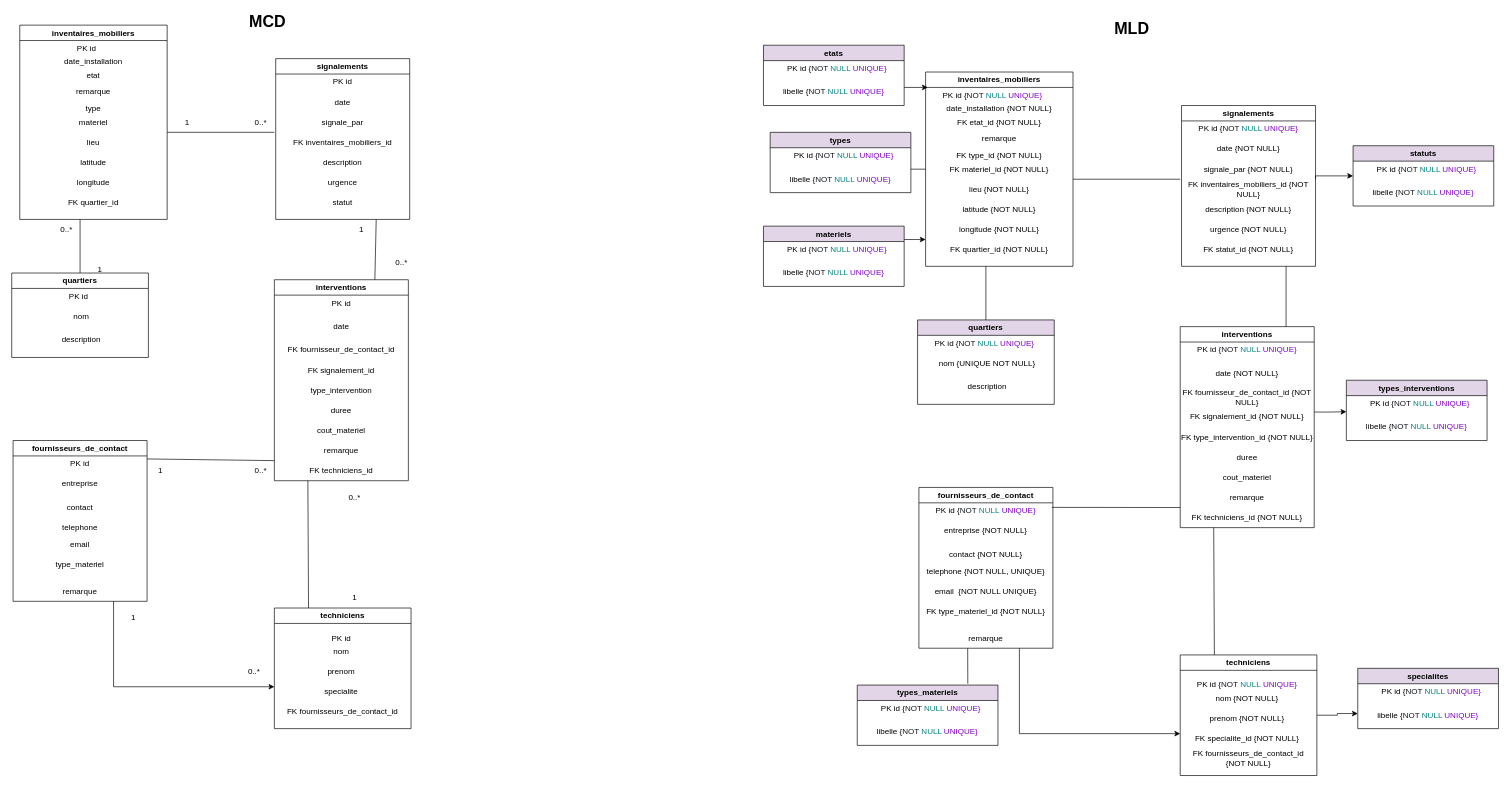
The draw.io diagram MCD.drawio in justinestalder-svg/Analyse-des-d-lais-de-traitement-par-quartier, before the edit. Source tidied: cells renumbered, new cells numbered last; positions are measured from the earlier drawing's top-left corner, leaving out a move shared by most shapes. Both pictures are drawn from the tidied source at 67%, with x=0, y=0 at pixel (11, 11).
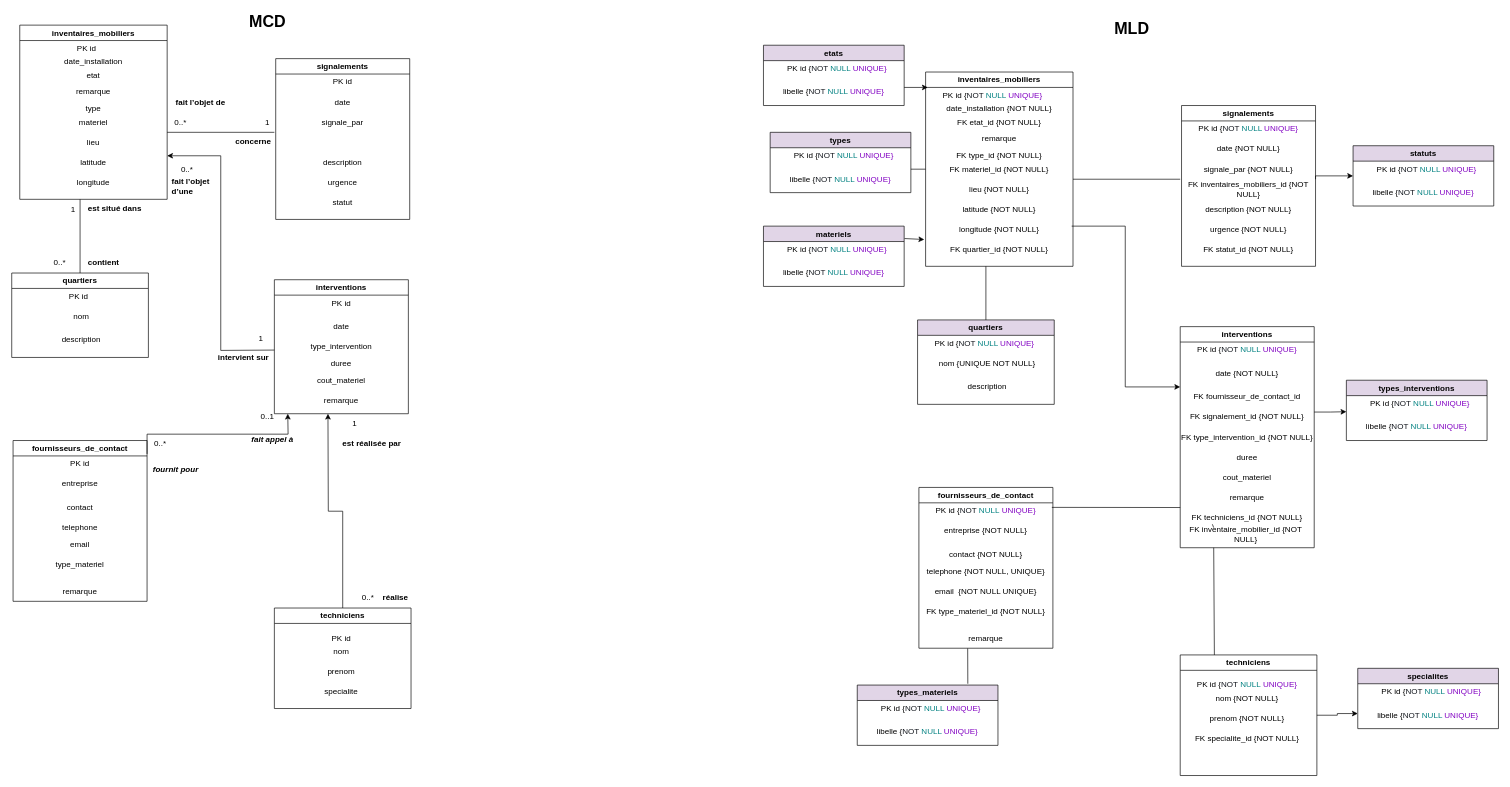
After the change.

Commit message (it also covers changes not shown here):
Mettre à jour MCD.drawio

Unchanged cells that the change refers to:
```xml
<mxCell id="2" value="fournisseurs_de_contact" style="swimlane;whiteSpace=wrap;html=1;" parent="1" vertex="1">
  <mxGeometry x="2" y="640" width="200" height="240" as="geometry" />
</mxCell>
<mxCell id="3" value="PK id" style="text;html=1;whiteSpace=wrap;strokeColor=none;fillColor=none;align=center;verticalAlign=middle;rounded=0;" parent="2" vertex="1">
  <mxGeometry y="20" width="200" height="30" as="geometry" />
</mxCell>
<mxCell id="8" value="remarque" style="text;html=1;whiteSpace=wrap;strokeColor=none;fillColor=none;align=center;verticalAlign=middle;rounded=0;" parent="2" vertex="1">
  <mxGeometry y="210" width="200" height="30" as="geometry" />
</mxCell>
<mxCell id="31" value="signalements" style="swimlane;whiteSpace=wrap;html=1;" parent="1" vertex="1">
  <mxGeometry x="394" y="70" width="200" height="240" as="geometry" />
</mxCell>
<mxCell id="55" value="specialite" style="text;html=1;whiteSpace=wrap;strokeColor=none;fillColor=none;align=center;verticalAlign=middle;rounded=0;" parent="51" vertex="1">
  <mxGeometry y="110" width="200" height="30" as="geometry" />
</mxCell>
<mxCell id="75" value="remarque" style="text;html=1;whiteSpace=wrap;strokeColor=none;fillColor=none;align=center;verticalAlign=middle;rounded=0;" parent="69" vertex="1">
  <mxGeometry y="210" width="200" height="30" as="geometry" />
</mxCell>
<mxCell id="86" value="FK techniciens_id {NOT NULL}" style="text;html=1;whiteSpace=wrap;strokeColor=none;fillColor=none;align=center;verticalAlign=middle;rounded=0;" parent="77" vertex="1">
  <mxGeometry y="270" width="200" height="30" as="geometry" />
</mxCell>
<mxCell id="114" value="techniciens" style="swimlane;whiteSpace=wrap;html=1;startSize=23;" parent="1" vertex="1">
  <mxGeometry x="1744" y="960" width="204" height="180" as="geometry" />
</mxCell>
<mxCell id="118" value="FK specialite_id {NOT NULL}" style="text;html=1;whiteSpace=wrap;strokeColor=none;fillColor=none;align=center;verticalAlign=middle;rounded=0;" parent="114" vertex="1">
  <mxGeometry y="110" width="200" height="30" as="geometry" />
</mxCell>
<mxCell id="140" value="PK id {&lt;span class=&quot;token token&quot; style=&quot;color: rgb(20, 24, 31);&quot;&gt;NOT&lt;/span&gt; &lt;span class=&quot;token token&quot; style=&quot;color: rgb(0, 128, 128);&quot;&gt;NULL&lt;/span&gt; &lt;span class=&quot;token token&quot; style=&quot;color: rgb(129, 0, 194);&quot;&gt;UNIQUE}&lt;/span&gt;" style="text;html=1;whiteSpace=wrap;strokeColor=none;fillColor=none;align=center;verticalAlign=middle;rounded=0;fontFamily=Helvetica;fontSize=12;fontColor=default;" parent="139" vertex="1">
  <mxGeometry x="10" y="20" width="200" height="30" as="geometry" />
</mxCell>
```

What changed in the source:
```diff
@@
+    <mxCell id="150" style="edgeStyle=orthogonalEdgeStyle;rounded=0;jettySize=auto;html=1;exitX=1;exitY=0;exitDx=0;exitDy=0;" parent="2" edge="1" source="3">
+      <mxGeometry relative="1" as="geometry">
+        <mxPoint x="410" y="-40" as="targetPoint" />
+      </mxGeometry>
+    </mxCell>
@@
     <mxCell id="10" value="interventions" style="swimlane;whiteSpace=wrap;html=1;" parent="1" vertex="1">
-      <mxGeometry x="392" y="400" width="200" height="300" as="geometry" />
+      <mxGeometry x="392" y="400" width="200" height="200" as="geometry" />
     </mxCell>
@@
     <mxCell id="13" value="type_intervention" style="text;html=1;whiteSpace=wrap;strokeColor=none;fillColor=none;align=center;verticalAlign=middle;rounded=0;" parent="10" vertex="1">
-      <mxGeometry y="150" width="200" height="30" as="geometry" />
+      <mxGeometry y="85" width="200" height="30" as="geometry" />
     </mxCell>
     <mxCell id="14" value="duree" style="text;html=1;whiteSpace=wrap;strokeColor=none;fillColor=none;align=center;verticalAlign=middle;rounded=0;" parent="10" vertex="1">
-      <mxGeometry y="180" width="200" height="30" as="geometry" />
+      <mxGeometry y="110" width="200" height="30" as="geometry" />
     </mxCell>
     <mxCell id="15" value="cout_materiel" style="text;html=1;whiteSpace=wrap;strokeColor=none;fillColor=none;align=center;verticalAlign=middle;rounded=0;" parent="10" vertex="1">
-      <mxGeometry y="210" width="200" height="30" as="geometry" />
+      <mxGeometry y="135" width="200" height="30" as="geometry" />
     </mxCell>
     <mxCell id="16" value="remarque" style="text;html=1;whiteSpace=wrap;strokeColor=none;fillColor=none;align=center;verticalAlign=middle;rounded=0;" parent="10" vertex="1">
-      <mxGeometry y="240" width="200" height="30" as="geometry" />
+      <mxGeometry y="165" width="200" height="30" as="geometry" />
     </mxCell>
-    <mxCell id="17" value="FK fournisseur_de_contact_id" style="text;html=1;whiteSpace=wrap;strokeColor=none;fillColor=none;align=center;verticalAlign=middle;rounded=0;" parent="10" vertex="1">
-      <mxGeometry y="90" width="200" height="30" as="geometry" />
-    </mxCell>
-    <mxCell id="18" value="FK signalement_id" style="text;html=1;whiteSpace=wrap;strokeColor=none;fillColor=none;align=center;verticalAlign=middle;rounded=0;" parent="10" vertex="1">
-      <mxGeometry y="120" width="200" height="30" as="geometry" />
-    </mxCell>
-    <mxCell id="19" value="FK techniciens_id" style="text;html=1;whiteSpace=wrap;strokeColor=none;fillColor=none;align=center;verticalAlign=middle;rounded=0;" parent="10" vertex="1">
-      <mxGeometry y="270" width="200" height="30" as="geometry" />
-    </mxCell>
     <mxCell id="20" value="inventaires_mobiliers" style="swimlane;whiteSpace=wrap;html=1;rounded=0;align=center;verticalAlign=middle;fontFamily=Helvetica;fontSize=12;fontColor=default;fillColor=none;gradientColor=none;" parent="1" vertex="1">
-      <mxGeometry x="12" y="20" width="220" height="290" as="geometry" />
+      <mxGeometry x="12" y="20" width="220" height="260" as="geometry" />
     </mxCell>
@@
-    <mxCell id="30" value="FK quartier_id" style="text;html=1;whiteSpace=wrap;strokeColor=none;fillColor=none;align=center;verticalAlign=middle;rounded=0;fontFamily=Helvetica;fontSize=12;fontColor=default;" parent="20" vertex="1">
-      <mxGeometry x="10" y="250" width="200" height="30" as="geometry" />
-    </mxCell>
@@
-    <mxCell id="38" value="FK inventaires_mobiliers_id" style="text;html=1;whiteSpace=wrap;strokeColor=none;fillColor=none;align=center;verticalAlign=middle;rounded=0;" parent="31" vertex="1">
-      <mxGeometry y="110" width="200" height="30" as="geometry" />
-    </mxCell>
+    <mxCell id="59" value="1" style="text;html=1;whiteSpace=wrap;strokeColor=none;fillColor=none;align=center;verticalAlign=middle;rounded=0;" parent="31" vertex="1">
+      <mxGeometry x="-42" y="80" width="60" height="30" as="geometry" />
+    </mxCell>
@@
     <mxCell id="40" value="0..*" style="text;html=1;whiteSpace=wrap;strokeColor=none;fillColor=none;align=center;verticalAlign=middle;rounded=0;" parent="1" vertex="1">
-      <mxGeometry x="342" y="150" width="60" height="30" as="geometry" />
+      <mxGeometry x="222" y="150" width="60" height="30" as="geometry" />
     </mxCell>
-    <mxCell id="41" value="1" style="text;html=1;whiteSpace=wrap;strokeColor=none;fillColor=none;align=center;verticalAlign=middle;rounded=0;" parent="1" vertex="1">
-      <mxGeometry x="492" y="310" width="60" height="30" as="geometry" />
-    </mxCell>
-    <mxCell id="42" value="0..*" style="text;html=1;whiteSpace=wrap;strokeColor=none;fillColor=none;align=center;verticalAlign=middle;rounded=0;" parent="1" vertex="1">
-      <mxGeometry x="552" y="360" width="60" height="30" as="geometry" />
-    </mxCell>
-    <mxCell id="43" value="1" style="text;html=1;whiteSpace=wrap;strokeColor=none;fillColor=none;align=center;verticalAlign=middle;rounded=0;" parent="1" vertex="1">
-      <mxGeometry x="192" y="670" width="60" height="30" as="geometry" />
+    <mxCell id="43" value="0..1" style="text;html=1;whiteSpace=wrap;strokeColor=none;fillColor=none;align=center;verticalAlign=middle;rounded=0;" parent="1" vertex="1">
+      <mxGeometry x="352" y="590" width="60" height="30" as="geometry" />
     </mxCell>
     <mxCell id="44" value="0..*" style="text;html=1;whiteSpace=wrap;strokeColor=none;fillColor=none;align=center;verticalAlign=middle;rounded=0;" parent="1" vertex="1">
-      <mxGeometry x="342" y="670" width="60" height="30" as="geometry" />
+      <mxGeometry x="192" y="630" width="60" height="30" as="geometry" />
     </mxCell>
-    <mxCell id="45" style="endArrow=none;html=1;rounded=0;exitX=1;exitY=0.25;exitDx=0;exitDy=0;entryX=0;entryY=0;entryDx=0;entryDy=0;" parent="1" edge="1" source="3" target="19">
-      <mxGeometry relative="1" as="geometry" />
-    </mxCell>
-    <mxCell id="46" style="endArrow=none;html=1;rounded=0;entryX=0.75;entryY=0;entryDx=0;entryDy=0;exitX=0.75;exitY=1;exitDx=0;exitDy=0;" parent="1" edge="1" source="31" target="10">
-      <mxGeometry relative="1" as="geometry" />
-    </mxCell>
@@
+    <mxCell id="151" style="edgeStyle=orthogonalEdgeStyle;rounded=0;jettySize=auto;html=1;exitX=0.5;exitY=0;exitDx=0;exitDy=0;" parent="1" edge="1" source="51">
+      <mxGeometry relative="1" as="geometry">
+        <mxPoint x="472" y="600" as="targetPoint" />
+      </mxGeometry>
+    </mxCell>
     <mxCell id="51" value="techniciens" style="swimlane;whiteSpace=wrap;html=1;startSize=23;" parent="1" vertex="1">
-      <mxGeometry x="392" y="890" width="204" height="180" as="geometry" />
+      <mxGeometry x="392" y="890" width="204" height="150" as="geometry" />
     </mxCell>
@@
-    <mxCell id="56" value="FK fournisseurs_de_contact_id" style="text;html=1;whiteSpace=wrap;strokeColor=none;fillColor=none;align=center;verticalAlign=middle;rounded=0;" parent="51" vertex="1">
-      <mxGeometry x="2" y="140" width="200" height="30" as="geometry" />
-    </mxCell>
     <mxCell id="57" value="1" style="text;html=1;whiteSpace=wrap;strokeColor=none;fillColor=none;align=center;verticalAlign=middle;rounded=0;" parent="1" vertex="1">
-      <mxGeometry x="482" y="860" width="60" height="30" as="geometry" />
+      <mxGeometry x="482" y="600" width="60" height="30" as="geometry" />
     </mxCell>
     <mxCell id="58" value="0..*" style="text;html=1;whiteSpace=wrap;strokeColor=none;fillColor=none;align=center;verticalAlign=middle;rounded=0;" parent="1" vertex="1">
-      <mxGeometry x="482" y="710" width="60" height="30" as="geometry" />
+      <mxGeometry x="502" y="860" width="60" height="30" as="geometry" />
     </mxCell>
-    <mxCell id="59" value="1" style="text;html=1;whiteSpace=wrap;strokeColor=none;fillColor=none;align=center;verticalAlign=middle;rounded=0;" parent="1" vertex="1">
-      <mxGeometry x="232" y="150" width="60" height="30" as="geometry" />
-    </mxCell>
-    <mxCell id="60" style="endArrow=none;html=1;rounded=0;entryX=1;entryY=1;entryDx=0;entryDy=0;" parent="1" edge="1">
+    <mxCell id="60" style="endArrow=none;html=1;rounded=0;" parent="1" edge="1">
       <mxGeometry relative="1" as="geometry">
         <mxPoint x="102" y="390" as="sourcePoint" />
-        <mxPoint x="102" y="310" as="targetPoint" />
+        <mxPoint x="102" y="280" as="targetPoint" />
       </mxGeometry>
     </mxCell>
     <mxCell id="61" value="1" style="text;html=1;whiteSpace=wrap;strokeColor=none;fillColor=none;align=center;verticalAlign=middle;rounded=0;" parent="1" vertex="1">
-      <mxGeometry x="102" y="370" width="60" height="30" as="geometry" />
+      <mxGeometry x="62" y="280" width="60" height="30" as="geometry" />
     </mxCell>
     <mxCell id="62" value="0..*" style="text;html=1;whiteSpace=wrap;strokeColor=none;fillColor=none;align=center;verticalAlign=middle;rounded=0;" parent="1" vertex="1">
-      <mxGeometry x="52" y="310" width="60" height="30" as="geometry" />
+      <mxGeometry x="42" y="360" width="60" height="30" as="geometry" />
     </mxCell>
-    <mxCell id="63" style="endArrow=none;html=1;rounded=0;exitX=0.25;exitY=0;exitDx=0;exitDy=0;entryX=0.25;entryY=1;entryDx=0;entryDy=0;" parent="1" edge="1" source="51" target="19">
-      <mxGeometry relative="1" as="geometry" />
-    </mxCell>
-    <mxCell id="64" style="edgeStyle=orthogonalEdgeStyle;rounded=0;jettySize=auto;html=1;exitX=0.75;exitY=1;exitDx=0;exitDy=0;entryX=0;entryY=0.25;entryDx=0;entryDy=0;" parent="1" edge="1" source="8" target="55">
-      <mxGeometry relative="1" as="geometry" />
-    </mxCell>
-    <mxCell id="65" value="1" style="text;html=1;whiteSpace=wrap;strokeColor=none;fillColor=none;align=center;verticalAlign=middle;rounded=0;" parent="1" vertex="1">
-      <mxGeometry x="152" y="890" width="60" height="30" as="geometry" />
-    </mxCell>
-    <mxCell id="66" value="0..*" style="text;html=1;whiteSpace=wrap;strokeColor=none;fillColor=none;align=center;verticalAlign=middle;rounded=0;" parent="1" vertex="1">
-      <mxGeometry x="332" y="970" width="60" height="30" as="geometry" />
-    </mxCell>
@@
     <mxCell id="77" value="interventions" style="swimlane;whiteSpace=wrap;html=1;" parent="1" vertex="1">
-      <mxGeometry x="1744" y="470" width="200" height="300" as="geometry" />
+      <mxGeometry x="1744" y="470" width="200" height="330" as="geometry" />
     </mxCell>
@@
-    <mxCell id="84" value="FK fournisseur_de_contact_id {NOT NULL}" style="text;html=1;whiteSpace=wrap;strokeColor=none;fillColor=none;align=center;verticalAlign=middle;rounded=0;" parent="77" vertex="1">
+    <mxCell id="84" value="FK fournisseur_de_contact_id" style="text;html=1;whiteSpace=wrap;strokeColor=none;fillColor=none;align=center;verticalAlign=middle;rounded=0;" parent="77" vertex="1">
       <mxGeometry y="90" width="200" height="30" as="geometry" />
     </mxCell>
@@
-    <mxCell id="108" style="endArrow=none;html=1;rounded=0;entryX=0.79;entryY=0.001;entryDx=0;entryDy=0;entryPerimeter=0;" parent="1" edge="1" target="77">
-      <mxGeometry relative="1" as="geometry">
-        <mxPoint x="1902" y="380" as="sourcePoint" />
-      </mxGeometry>
-    </mxCell>
@@
-    <mxCell id="119" value="FK fournisseurs_de_contact_id {NOT NULL}" style="text;html=1;whiteSpace=wrap;strokeColor=none;fillColor=none;align=center;verticalAlign=middle;rounded=0;" parent="114" vertex="1">
-      <mxGeometry x="2" y="140" width="200" height="30" as="geometry" />
-    </mxCell>
@@
-    <mxCell id="121" style="endArrow=none;html=1;rounded=0;exitX=0.25;exitY=0;exitDx=0;exitDy=0;entryX=0.25;entryY=1;entryDx=0;entryDy=0;" parent="1" edge="1" source="114" target="86">
+    <mxCell id="121" style="endArrow=none;html=1;rounded=0;exitX=0.25;exitY=0;exitDx=0;exitDy=0;entryX=0.25;entryY=1;entryDx=0;entryDy=0;" parent="1" edge="1" source="157" target="86">
       <mxGeometry relative="1" as="geometry" />
     </mxCell>
-    <mxCell id="122" style="edgeStyle=orthogonalEdgeStyle;rounded=0;jettySize=auto;html=1;exitX=0.75;exitY=1;exitDx=0;exitDy=0;entryX=0;entryY=0.25;entryDx=0;entryDy=0;" parent="1" edge="1" source="75" target="118">
-      <mxGeometry relative="1" as="geometry" />
-    </mxCell>
@@
-    <mxCell id="149" style="endArrow=classic;html=1;rounded=0;exitX=1;exitY=0;exitDx=0;exitDy=0;" parent="1" edge="1" source="140">
+    <mxCell id="149" style="endArrow=classic;html=1;rounded=0;exitX=1.003;exitY=-0.049;exitDx=0;exitDy=0;exitPerimeter=0;" parent="1" edge="1" source="140">
       <mxGeometry relative="1" as="geometry">
-        <mxPoint x="1364" y="340" as="targetPoint" />
+        <mxPoint x="1362" y="340" as="targetPoint" />
       </mxGeometry>
     </mxCell>
+    <mxCell id="152" style="edgeStyle=orthogonalEdgeStyle;rounded=0;jettySize=auto;html=1;entryX=1;entryY=0.75;entryDx=0;entryDy=0;" parent="1" edge="1" target="20">
+      <mxGeometry relative="1" as="geometry">
+        <mxPoint x="392" y="505" as="sourcePoint" />
+      </mxGeometry>
+    </mxCell>
+    <mxCell id="153" value="0..*" style="text;html=1;whiteSpace=wrap;strokeColor=none;fillColor=none;align=center;verticalAlign=middle;rounded=0;" parent="1" vertex="1">
+      <mxGeometry x="232" y="220" width="60" height="30" as="geometry" />
+    </mxCell>
+    <mxCell id="154" value="1" style="text;html=1;whiteSpace=wrap;strokeColor=none;fillColor=none;align=center;verticalAlign=middle;rounded=0;" parent="1" vertex="1">
+      <mxGeometry x="342" y="473" width="60" height="30" as="geometry" />
+    </mxCell>
+    <mxCell id="155" style="edgeStyle=orthogonalEdgeStyle;rounded=0;jettySize=auto;html=1;entryX=0;entryY=0;entryDx=0;entryDy=0;" parent="1" edge="1" target="84">
+      <mxGeometry relative="1" as="geometry">
+        <mxPoint x="1582" y="320" as="sourcePoint" />
+        <Array as="points">
+          <mxPoint x="1662" y="320" />
+          <mxPoint x="1662" y="560" />
+        </Array>
+      </mxGeometry>
+    </mxCell>
+    <mxCell id="156" style="endArrow=none;html=1;rounded=0;exitX=0.25;exitY=0;exitDx=0;exitDy=0;entryX=0.25;entryY=1;entryDx=0;entryDy=0;" parent="1" edge="1" source="114" target="77">
+      <mxGeometry relative="1" as="geometry" />
+    </mxCell>
+    <mxCell id="157" value="FK inventaire_mobilier_id {NOT NULL}" style="text;html=1;whiteSpace=wrap;strokeColor=none;fillColor=none;align=center;verticalAlign=middle;rounded=0;" parent="1" vertex="1">
+      <mxGeometry x="1742" y="765" width="200" height="30" as="geometry" />
+    </mxCell>
+    <mxCell id="158" value="&lt;b&gt;fait l’objet de&lt;/b&gt;" style="text;html=1;whiteSpace=wrap;strokeColor=none;fillColor=none;align=center;verticalAlign=middle;rounded=0;" parent="1" vertex="1">
+      <mxGeometry x="232" y="120" width="100" height="30" as="geometry" />
+    </mxCell>
+    <mxCell id="159" value="&lt;b&gt;concerne&lt;/b&gt;" style="text;whiteSpace=wrap;html=1;" parent="1" vertex="1">
+      <mxGeometry x="332" y="180" width="80" height="40" as="geometry" />
+    </mxCell>
+    <mxCell id="160" value="&lt;b&gt;est situé dans&lt;/b&gt;" style="text;whiteSpace=wrap;html=1;" parent="1" vertex="1">
+      <mxGeometry x="112" y="280" width="110" height="40" as="geometry" />
+    </mxCell>
+    <mxCell id="161" value="&lt;b&gt;contient&lt;/b&gt;" style="text;whiteSpace=wrap;html=1;" parent="1" vertex="1">
+      <mxGeometry x="112" y="360" width="80" height="40" as="geometry" />
+    </mxCell>
+    <mxCell id="162" value="&lt;b&gt;fait l’objet d’une&lt;/b&gt;" style="text;whiteSpace=wrap;html=1;" parent="1" vertex="1">
+      <mxGeometry x="237" y="240" width="90" height="40" as="geometry" />
+    </mxCell>
+    <mxCell id="163" value="&lt;b&gt;intervient sur&lt;/b&gt;" style="text;whiteSpace=wrap;html=1;" parent="1" vertex="1">
+      <mxGeometry x="306" y="503" width="100" height="40" as="geometry" />
+    </mxCell>
+    <mxCell id="164" value="&lt;b&gt;est réalisée par&lt;/b&gt;" style="text;whiteSpace=wrap;html=1;" parent="1" vertex="1">
+      <mxGeometry x="492" y="630" width="120" height="40" as="geometry" />
+    </mxCell>
+    <mxCell id="165" value="&lt;b&gt;réalise&lt;/b&gt;" style="text;whiteSpace=wrap;html=1;" parent="1" vertex="1">
+      <mxGeometry x="552" y="860" width="70" height="40" as="geometry" />
+    </mxCell>
+    <mxCell id="166" value="&lt;em&gt;&lt;b&gt;fait appel à&lt;/b&gt;&lt;/em&gt;" style="text;whiteSpace=wrap;html=1;" parent="1" vertex="1">
+      <mxGeometry x="356" y="625" width="90" height="40" as="geometry" />
+    </mxCell>
+    <mxCell id="167" value="&lt;table&gt;&lt;tbody&gt;&lt;tr&gt;&lt;td&gt;&lt;strong&gt;&lt;/strong&gt;&lt;/td&gt;&lt;/tr&gt;&lt;/tbody&gt;&lt;/table&gt;&lt;table&gt;&lt;tbody&gt;&lt;tr&gt;&lt;td&gt;&lt;b&gt;&lt;em&gt;fournit pour&lt;/em&gt; &lt;/b&gt;&lt;/td&gt;&lt;/tr&gt;&lt;/tbody&gt;&lt;/table&gt;" style="text;whiteSpace=wrap;html=1;" parent="1" vertex="1">
+      <mxGeometry x="206" y="660" width="100" height="50" as="geometry" />
+    </mxCell>
```
